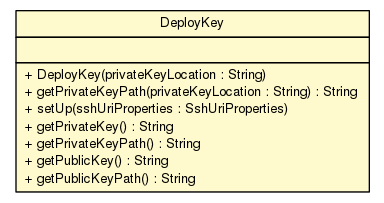
Earlier version of the Graphviz export release/build-docker/spring-cloud-config/spring-cloud-config-server/apidocs/cn/home1/cloud/config/server/ssh/DeployKey.png (cloud-ready/cloud-ready). Its source is kept beside it as release/build-docker/spring-cloud-config/spring-cloud-config-server/apidocs/cn/home1/cloud/config/server/ssh/DeployKey.dot.
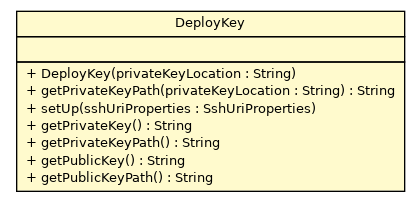
The same diagram one commit later.

Change to the diagram source:
```diff
@@ -4,7 +4,7 @@
 	node [fontname="Helvetica",fontsize=10,shape=plaintext];
 	nodesep=0.25;
 	ranksep=0.5;
-	c247 [label=<<table title="cn.home1.cloud.config.server.ssh.DeployKey" border="0" cellborder="1" cellspacing="0" cellpadding="2" port="p" bgcolor="lemonChiffon" href="./DeployKey.html">
+	c245 [label=<<table title="cn.home1.cloud.config.server.ssh.DeployKey" border="0" cellborder="1" cellspacing="0" cellpadding="2" port="p" bgcolor="lemonChiffon" href="./DeployKey.html">
 		<tr><td><table border="0" cellspacing="0" cellpadding="1">
 <tr><td align="center" balign="center"> DeployKey </td></tr>
 		</table></td></tr>
```
